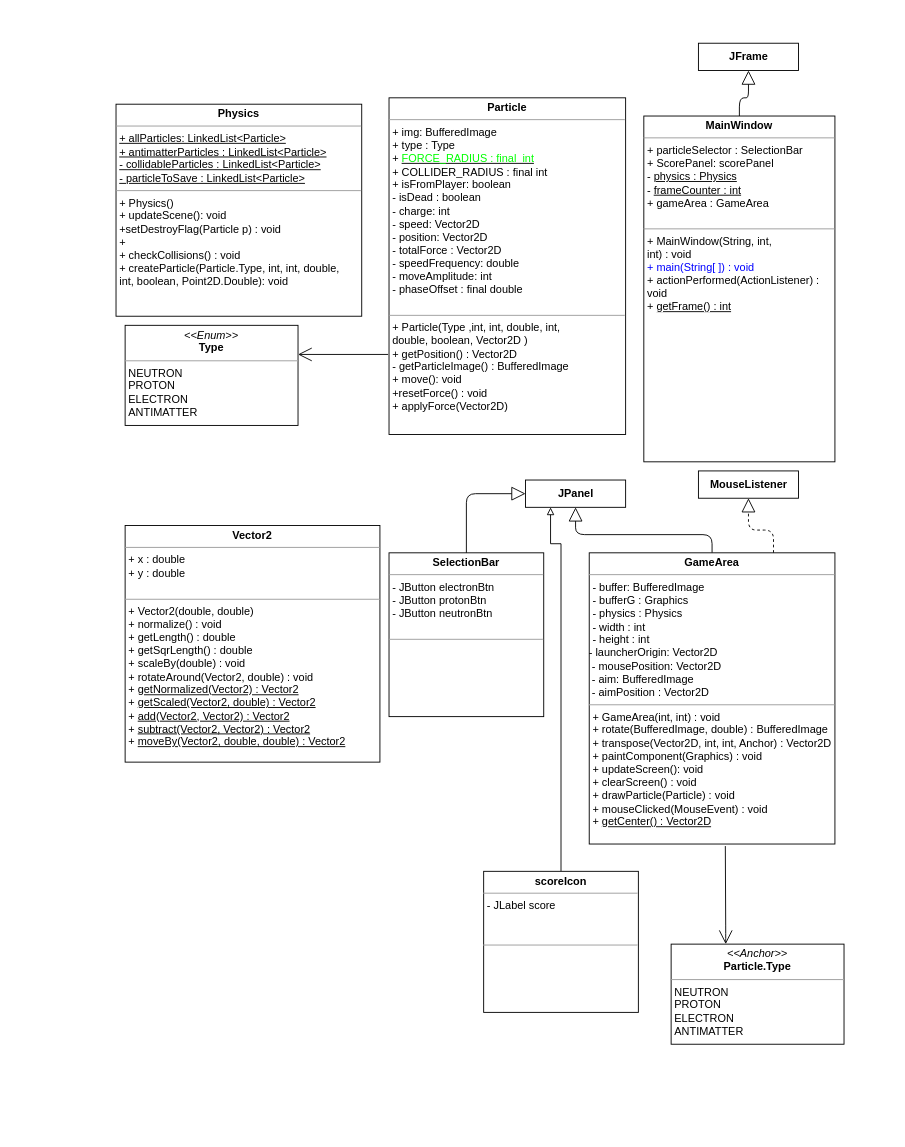
This is DiagrammeUML.drawio from Iman974/Algo_Proj2A, a draw.io file, before an edit. Source tidied: cells renumbered, new cells numbered last; positions are measured from the earlier drawing's top-left corner, leaving out a move shared by most shapes. Both pictures are drawn from the tidied source at 91%, with x=0, y=0 at pixel (116, 43).
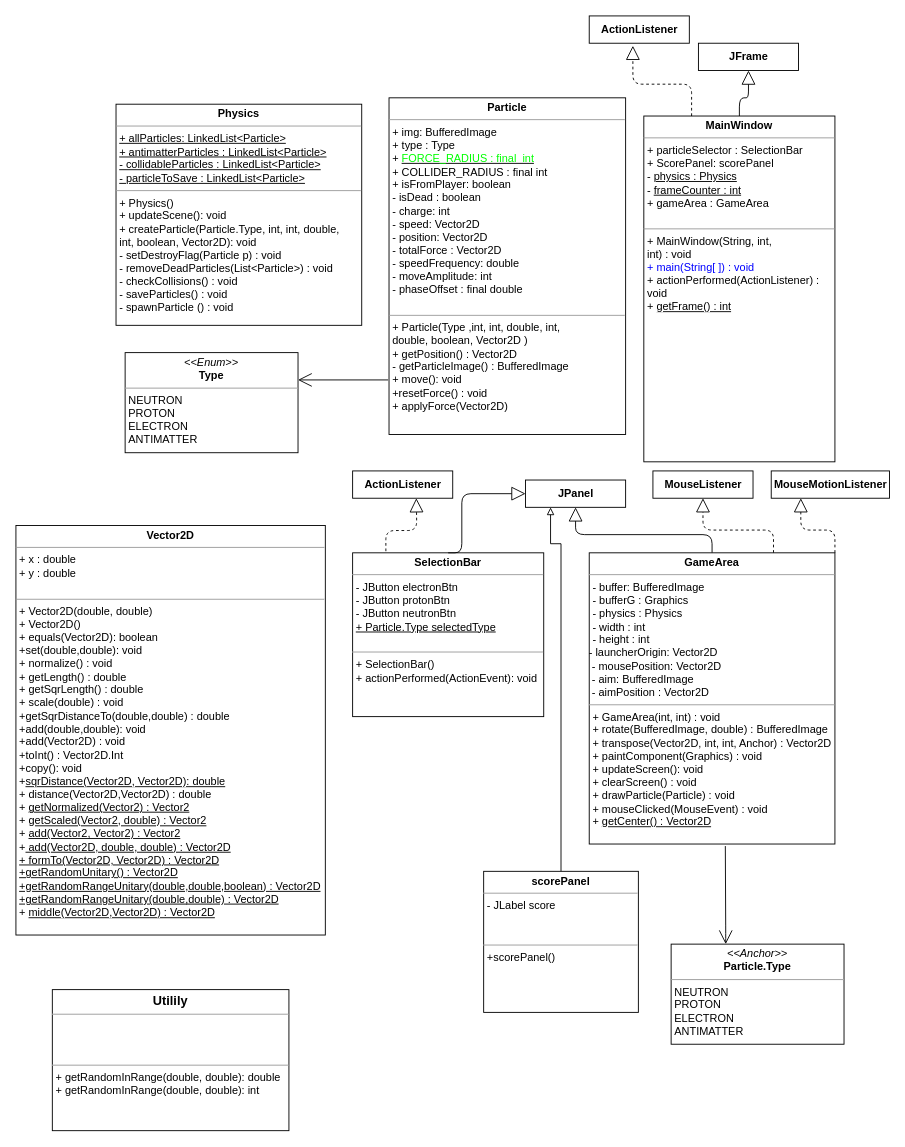
The same page after the edit.

Unchanged cells that the change refers to:
```xml
<mxCell id="5" value="&lt;p style=&quot;margin: 0px ; margin-top: 4px ; text-align: center&quot;&gt;&lt;b&gt;MainWindow&lt;/b&gt;&lt;/p&gt;&lt;hr size=&quot;1&quot;&gt;&lt;p style=&quot;margin: 0px ; margin-left: 4px&quot;&gt;+ particleSelector : SelectionBar&lt;/p&gt;&lt;p style=&quot;margin: 0px ; margin-left: 4px&quot;&gt;+ ScorePanel: scorePanel&amp;nbsp;&lt;/p&gt;&lt;p style=&quot;margin: 0px ; margin-left: 4px&quot;&gt;- &lt;u&gt;physics : Physics&lt;/u&gt;&lt;/p&gt;&lt;p style=&quot;margin: 0px ; margin-left: 4px&quot;&gt;- &lt;u&gt;frameCounter : int&lt;/u&gt;&lt;/p&gt;&lt;p style=&quot;margin: 0px ; margin-left: 4px&quot;&gt;+ gameArea : GameArea&lt;/p&gt;&lt;p style=&quot;margin: 0px ; margin-left: 4px&quot;&gt;&lt;br&gt;&lt;/p&gt;&lt;hr size=&quot;1&quot;&gt;&lt;p style=&quot;margin: 0px ; margin-left: 4px&quot;&gt;+ MainWindow(String, int,&lt;/p&gt;&lt;p style=&quot;margin: 0px ; margin-left: 4px&quot;&gt;int) : void&lt;/p&gt;&lt;p style=&quot;margin: 0px ; margin-left: 4px&quot;&gt;&lt;font color=&quot;#0000ff&quot;&gt;+ main(String[ ]) : void&lt;/font&gt;&lt;/p&gt;&lt;p style=&quot;margin: 0px ; margin-left: 4px&quot;&gt;+ actionPerformed(ActionListener) :&lt;br&gt;void&lt;/p&gt;&lt;p style=&quot;margin: 0px ; margin-left: 4px&quot;&gt;+ &lt;u&gt;getFrame() : int&lt;/u&gt;&lt;/p&gt;" style="verticalAlign=top;align=left;overflow=fill;fontSize=12;fontFamily=Helvetica;html=1;rounded=0;shadow=0;comic=0;labelBackgroundColor=none;strokeWidth=1;labelBorderColor=none;perimeterSpacing=0;glass=0;sketch=0;" parent="1" vertex="1">
  <mxGeometry x="580" y="80" width="210" height="380" as="geometry" />
</mxCell>
<mxCell id="12" value="&lt;b&gt;JPanel&lt;br&gt;&lt;/b&gt;" style="html=1;" parent="1" vertex="1">
  <mxGeometry x="450" y="480" width="110" height="30" as="geometry" />
</mxCell>
<mxCell id="13" value="&lt;p style=&quot;margin: 0px ; margin-top: 4px ; text-align: center&quot;&gt;&lt;span style=&quot;font-weight: 700&quot;&gt;GameArea&lt;/span&gt;&lt;br&gt;&lt;/p&gt;&lt;hr size=&quot;1&quot;&gt;&lt;p style=&quot;margin: 0px ; margin-left: 4px&quot;&gt;- buffer: BufferedImage&lt;br style=&quot;padding: 0px ; margin: 0px&quot;&gt;- bufferG : Graphics&lt;br style=&quot;padding: 0px ; margin: 0px&quot;&gt;- physics : Physics&lt;br style=&quot;padding: 0px ; margin: 0px&quot;&gt;- width : int&lt;br style=&quot;padding: 0px ; margin: 0px&quot;&gt;- height : int&lt;/p&gt;&lt;div style=&quot;padding: 0px ; margin: 0px&quot;&gt;&lt;div style=&quot;padding: 0px ; margin: 0px&quot;&gt;- launcherOrigin:&amp;nbsp;&lt;span&gt;Vector2D&lt;/span&gt;&lt;/div&gt;&lt;div style=&quot;padding: 0px ; margin: 0px&quot;&gt;&amp;nbsp;- mousePosition:&amp;nbsp;&lt;span&gt;Vector2D&lt;/span&gt;&lt;/div&gt;&lt;div style=&quot;padding: 0px ; margin: 0px&quot;&gt;&amp;nbsp;- aim:&amp;nbsp;&lt;span&gt;BufferedImage&lt;/span&gt;&lt;/div&gt;&lt;div style=&quot;padding: 0px ; margin: 0px&quot;&gt;&amp;nbsp;- aimPosition :&amp;nbsp;&lt;span&gt;Vector2D&lt;/span&gt;&lt;/div&gt;&lt;/div&gt;&lt;hr size=&quot;1&quot;&gt;&lt;p style=&quot;margin: 0px ; margin-left: 4px&quot;&gt;+ GameArea(int, int) : void&lt;/p&gt;&lt;p style=&quot;margin: 0px ; margin-left: 4px&quot;&gt;+ rotate(BufferedImage, double) : BufferedImage&lt;/p&gt;&lt;p style=&quot;margin: 0px ; margin-left: 4px&quot;&gt;+ transpose(Vector2D, int, int, Anchor) : Vector2D&lt;br style=&quot;padding: 0px ; margin: 0px&quot;&gt;+ paintComponent(Graphics) : void&lt;br style=&quot;padding: 0px ; margin: 0px&quot;&gt;+ updateScreen(): void&lt;br style=&quot;padding: 0px ; margin: 0px&quot;&gt;+ clearScreen() : void&lt;br style=&quot;padding: 0px ; margin: 0px&quot;&gt;+ drawParticle(Particle) : void&lt;br style=&quot;padding: 0px ; margin: 0px&quot;&gt;+ mouseClicked(MouseEvent) : void&lt;br&gt;&lt;/p&gt;&lt;p style=&quot;margin: 0px ; margin-left: 4px&quot;&gt;+ &lt;u&gt;getCenter() : Vector2D&lt;/u&gt;&lt;/p&gt;&lt;p style=&quot;margin: 0px ; margin-left: 4px&quot;&gt;&lt;br&gt;&lt;/p&gt;" style="verticalAlign=top;align=left;overflow=fill;fontSize=12;fontFamily=Helvetica;html=1;rounded=0;shadow=0;comic=0;labelBackgroundColor=none;strokeWidth=1;" parent="1" vertex="1">
  <mxGeometry x="520" y="560" width="270" height="320" as="geometry" />
</mxCell>
```

Diff of the diagram source:
```diff
@@
-    <mxCell id="2" value="&lt;p style=&quot;margin: 0px ; margin-top: 4px ; text-align: center&quot;&gt;&lt;b&gt;Physics&lt;/b&gt;&lt;/p&gt;&lt;hr size=&quot;1&quot;&gt;&lt;p style=&quot;margin: 0px ; margin-left: 4px&quot;&gt;&lt;u&gt;+ allParticles: LinkedList&amp;lt;Particle&amp;gt;&lt;/u&gt;&lt;/p&gt;&lt;p style=&quot;margin: 0px ; margin-left: 4px&quot;&gt;&lt;u&gt;+ antimatterParticles : LinkedList&amp;lt;Particle&amp;gt;&lt;/u&gt;&lt;/p&gt;&lt;p style=&quot;margin: 0px ; margin-left: 4px&quot;&gt;&lt;u&gt;- collidableParticles : LinkedList&amp;lt;Particle&amp;gt;&lt;/u&gt;&lt;br&gt;&lt;/p&gt;&lt;p style=&quot;margin: 0px ; margin-left: 4px&quot;&gt;&lt;u&gt;- particleToSave : LinkedList&amp;lt;Particle&amp;gt;&lt;/u&gt;&lt;/p&gt;&lt;hr size=&quot;1&quot;&gt;&lt;p style=&quot;margin: 0px ; margin-left: 4px&quot;&gt;+ Physics()&lt;/p&gt;&lt;p style=&quot;margin: 0px ; margin-left: 4px&quot;&gt;+ updateScene(): void&lt;/p&gt;&lt;p style=&quot;margin: 0px ; margin-left: 4px&quot;&gt;+setDestroyFlag(Particle p) : void&lt;/p&gt;&lt;p style=&quot;margin: 0px ; margin-left: 4px&quot;&gt;+&amp;nbsp;&lt;br&gt;+ checkCollisions() : void&lt;/p&gt;&lt;p style=&quot;margin: 0px ; margin-left: 4px&quot;&gt;&lt;span&gt;+ createParticle(Particle.Type, int, int, double,&lt;/span&gt;&lt;/p&gt;&lt;p style=&quot;margin: 0px ; margin-left: 4px&quot;&gt;&lt;span&gt;int, boolean, Point2D.Double): void&lt;/span&gt;&lt;/p&gt;" style="verticalAlign=top;align=left;overflow=fill;fontSize=12;fontFamily=Helvetica;html=1;rounded=0;shadow=0;comic=0;labelBackgroundColor=none;strokeWidth=1;" parent="1" vertex="1">
-      <mxGeometry y="67" width="270" height="233" as="geometry" />
+    <mxCell id="2" value="&lt;p style=&quot;margin: 0px ; margin-top: 4px ; text-align: center&quot;&gt;&lt;b&gt;Physics&lt;/b&gt;&lt;/p&gt;&lt;hr size=&quot;1&quot;&gt;&lt;p style=&quot;margin: 0px ; margin-left: 4px&quot;&gt;&lt;u&gt;+ allParticles: LinkedList&amp;lt;Particle&amp;gt;&lt;/u&gt;&lt;/p&gt;&lt;p style=&quot;margin: 0px ; margin-left: 4px&quot;&gt;&lt;u&gt;+ antimatterParticles : LinkedList&amp;lt;Particle&amp;gt;&lt;/u&gt;&lt;/p&gt;&lt;p style=&quot;margin: 0px ; margin-left: 4px&quot;&gt;&lt;u&gt;- collidableParticles : LinkedList&amp;lt;Particle&amp;gt;&lt;/u&gt;&lt;br&gt;&lt;/p&gt;&lt;p style=&quot;margin: 0px ; margin-left: 4px&quot;&gt;&lt;u&gt;- particleToSave : LinkedList&amp;lt;Particle&amp;gt;&lt;/u&gt;&lt;/p&gt;&lt;hr size=&quot;1&quot;&gt;&lt;p style=&quot;margin: 0px ; margin-left: 4px&quot;&gt;+ Physics()&lt;/p&gt;&lt;p style=&quot;margin: 0px ; margin-left: 4px&quot;&gt;+ updateScene(): void&lt;/p&gt;&lt;p style=&quot;margin: 0px 0px 0px 4px&quot;&gt;+ createParticle(Particle.Type, int, int, double,&lt;/p&gt;&lt;p style=&quot;margin: 0px 0px 0px 4px&quot;&gt;int, boolean, Vector2D): void&lt;/p&gt;&lt;p style=&quot;margin: 0px ; margin-left: 4px&quot;&gt;- setDestroyFlag(Particle p) : void&lt;/p&gt;&lt;p style=&quot;margin: 0px ; margin-left: 4px&quot;&gt;- removeDeadParticles(List&amp;lt;Particle&amp;gt;) : void&lt;br&gt;- checkCollisions() : void&lt;/p&gt;&lt;p style=&quot;margin: 0px ; margin-left: 4px&quot;&gt;&lt;span&gt;- saveParticles() : void&lt;/span&gt;&lt;/p&gt;&lt;p style=&quot;margin: 0px ; margin-left: 4px&quot;&gt;&lt;span&gt;- spawnParticle () : void&lt;/span&gt;&lt;/p&gt;" style="verticalAlign=top;align=left;overflow=fill;fontSize=12;fontFamily=Helvetica;html=1;rounded=0;shadow=0;comic=0;labelBackgroundColor=none;strokeWidth=1;" parent="1" vertex="1">
+      <mxGeometry y="67" width="270" height="243" as="geometry" />
     </mxCell>
@@
     <mxCell id="6" value="&lt;p style=&quot;margin: 0px ; margin-top: 4px ; text-align: center&quot;&gt;&lt;i&gt;&amp;lt;&amp;lt;Enum&amp;gt;&amp;gt;&lt;/i&gt;&lt;br&gt;&lt;b&gt;Type&lt;/b&gt;&lt;/p&gt;&lt;hr size=&quot;1&quot;&gt;&lt;p style=&quot;margin: 0px ; margin-left: 4px&quot;&gt;NEUTRON&lt;/p&gt;&lt;p style=&quot;margin: 0px ; margin-left: 4px&quot;&gt;PROTON&lt;br&gt;ELECTRON&lt;/p&gt;&lt;p style=&quot;margin: 0px ; margin-left: 4px&quot;&gt;ANTIMATTER&lt;/p&gt;" style="verticalAlign=top;align=left;overflow=fill;fontSize=12;fontFamily=Helvetica;html=1;fillColor=#FFFFFF;noLabel=0;enumerate=0;" parent="1" vertex="1">
-      <mxGeometry x="10" y="310" width="190" height="110" as="geometry" />
+      <mxGeometry x="10" y="340" width="190" height="110" as="geometry" />
     </mxCell>
     <mxCell id="7" style="edgeStyle=orthogonalEdgeStyle;rounded=1;jettySize=auto;html=1;endSize=0;endArrow=none;endFill=0;startArrow=open;startFill=0;targetPerimeterSpacing=0;startSize=13;orthogonal=1;" parent="1" edge="1" source="6">
       <mxGeometry relative="1" as="geometry">
-        <mxPoint x="299" y="342" as="targetPoint" />
+        <mxPoint x="299" y="370" as="targetPoint" />
         <Array as="points">
-          <mxPoint x="299" y="342" />
+          <mxPoint x="299" y="370" />
         </Array>
       </mxGeometry>
     </mxCell>
@@
     <mxCell id="11" value="&lt;b&gt;MouseListener&lt;/b&gt;" style="html=1;" parent="1" vertex="1">
-      <mxGeometry x="640" y="470" width="110" height="30" as="geometry" />
+      <mxGeometry x="590" y="470" width="110" height="30" as="geometry" />
     </mxCell>
@@
-    <mxCell id="14" value="&lt;p style=&quot;margin: 0px ; margin-top: 4px ; text-align: center&quot;&gt;&lt;span style=&quot;font-weight: 700&quot;&gt;SelectionBar&lt;/span&gt;&lt;br&gt;&lt;/p&gt;&lt;hr size=&quot;1&quot;&gt;&lt;p style=&quot;margin: 0px ; margin-left: 4px&quot;&gt;- JButton electronBtn&lt;/p&gt;&lt;p style=&quot;margin: 0px ; margin-left: 4px&quot;&gt;- JButton protonBtn&lt;/p&gt;&lt;p style=&quot;margin: 0px ; margin-left: 4px&quot;&gt;- JButton neutronBtn&lt;/p&gt;&lt;div style=&quot;padding: 0px ; margin: 0px&quot;&gt;&lt;br style=&quot;padding: 0px ; margin: 0px&quot;&gt;&lt;/div&gt;&lt;hr size=&quot;1&quot;&gt;&lt;p style=&quot;margin: 0px ; margin-left: 4px&quot;&gt;&lt;br&gt;&lt;/p&gt;" style="verticalAlign=top;align=left;overflow=fill;fontSize=12;fontFamily=Helvetica;html=1;rounded=0;shadow=0;comic=0;labelBackgroundColor=none;strokeWidth=1;" parent="1" vertex="1">
-      <mxGeometry x="300" y="560" width="170" height="180" as="geometry" />
+    <mxCell id="14" value="&lt;p style=&quot;margin: 0px ; margin-top: 4px ; text-align: center&quot;&gt;&lt;span style=&quot;font-weight: 700&quot;&gt;SelectionBar&lt;/span&gt;&lt;br&gt;&lt;/p&gt;&lt;hr size=&quot;1&quot;&gt;&lt;p style=&quot;margin: 0px ; margin-left: 4px&quot;&gt;- JButton electronBtn&lt;/p&gt;&lt;p style=&quot;margin: 0px ; margin-left: 4px&quot;&gt;- JButton protonBtn&lt;/p&gt;&lt;p style=&quot;margin: 0px ; margin-left: 4px&quot;&gt;- JButton neutronBtn&lt;/p&gt;&lt;p style=&quot;margin: 0px ; margin-left: 4px&quot;&gt;&lt;span&gt;&lt;u&gt;+ Particle.Type selectedType&lt;/u&gt;&lt;/span&gt;&lt;/p&gt;&lt;div style=&quot;padding: 0px ; margin: 0px&quot;&gt;&lt;br style=&quot;padding: 0px ; margin: 0px&quot;&gt;&lt;/div&gt;&lt;hr size=&quot;1&quot;&gt;&lt;p style=&quot;margin: 0px ; margin-left: 4px&quot;&gt;+ SelectionBar()&lt;/p&gt;&lt;p style=&quot;margin: 0px ; margin-left: 4px&quot;&gt;+ actionPerformed(ActionEvent): void&lt;/p&gt;" style="verticalAlign=top;align=left;overflow=fill;fontSize=12;fontFamily=Helvetica;html=1;rounded=0;shadow=0;comic=0;labelBackgroundColor=none;strokeWidth=1;" parent="1" vertex="1">
+      <mxGeometry x="260" y="560" width="210" height="180" as="geometry" />
     </mxCell>
     <mxCell id="15" style="edgeStyle=orthogonalEdgeStyle;rounded=1;jettySize=auto;html=1;exitX=0.5;exitY=0;exitDx=0;exitDy=0;endArrow=block;endFill=0;endSize=13;strokeWidth=1;entryX=0;entryY=0.5;entryDx=0;entryDy=0;" parent="1" edge="1" source="14" target="12">
-      <mxGeometry relative="1" as="geometry" />
+      <mxGeometry relative="1" as="geometry">
+        <Array as="points">
+          <mxPoint x="380" y="560" />
+          <mxPoint x="380" y="495" />
+        </Array>
+      </mxGeometry>
     </mxCell>
-    <mxCell id="16" value="&lt;p style=&quot;margin: 0px ; margin-top: 4px ; text-align: center&quot;&gt;&lt;span style=&quot;font-weight: 700&quot;&gt;Vector2&lt;/span&gt;&lt;br&gt;&lt;/p&gt;&lt;hr size=&quot;1&quot;&gt;&lt;p style=&quot;margin: 0px ; margin-left: 4px&quot;&gt;+ x : double&lt;/p&gt;&lt;p style=&quot;margin: 0px ; margin-left: 4px&quot;&gt;+ y : double&lt;/p&gt;&lt;div style=&quot;padding: 0px ; margin: 0px&quot;&gt;&lt;br style=&quot;padding: 0px ; margin: 0px&quot;&gt;&lt;/div&gt;&lt;hr size=&quot;1&quot;&gt;&lt;p style=&quot;margin: 0px ; margin-left: 4px&quot;&gt;+ Vector2(double, double)&lt;/p&gt;&lt;p style=&quot;margin: 0px ; margin-left: 4px&quot;&gt;+ normalize() : void&lt;/p&gt;&lt;p style=&quot;margin: 0px ; margin-left: 4px&quot;&gt;+ getLength() : double&lt;/p&gt;&lt;p style=&quot;margin: 0px ; margin-left: 4px&quot;&gt;+ getSqrLength() : double&lt;/p&gt;&lt;p style=&quot;margin: 0px ; margin-left: 4px&quot;&gt;+ scaleBy(double) : void&lt;/p&gt;&lt;p style=&quot;margin: 0px ; margin-left: 4px&quot;&gt;+ rotateAround(Vector2, double) : void&lt;/p&gt;&lt;p style=&quot;margin: 0px ; margin-left: 4px&quot;&gt;+ &lt;u&gt;getNormalized(Vector2) : Vector2&lt;/u&gt;&lt;/p&gt;&lt;p style=&quot;margin: 0px ; margin-left: 4px&quot;&gt;+ &lt;u&gt;getScaled(Vector2, double) : Vector2&lt;/u&gt;&lt;/p&gt;&lt;p style=&quot;margin: 0px ; margin-left: 4px&quot;&gt;+&amp;nbsp;&lt;u&gt;add(Vector2, Vector2) : Vector2&lt;/u&gt;&lt;u&gt;&lt;br&gt;&lt;/u&gt;&lt;/p&gt;&lt;p style=&quot;margin: 0px ; margin-left: 4px&quot;&gt;+&amp;nbsp;&lt;u&gt;subtract(Vector2, Vector2) : Vector2&lt;/u&gt;&lt;u&gt;&lt;br&gt;&lt;/u&gt;&lt;/p&gt;&lt;p style=&quot;margin: 0px ; margin-left: 4px&quot;&gt;+&amp;nbsp;&lt;u&gt;moveBy(Vector2, double, double) : Vector2&lt;/u&gt;&lt;br&gt;&lt;/p&gt;" style="verticalAlign=top;align=left;overflow=fill;fontSize=12;fontFamily=Helvetica;html=1;rounded=0;shadow=0;comic=0;labelBackgroundColor=none;strokeWidth=1;" parent="1" vertex="1">
-      <mxGeometry x="10" y="530" width="280" height="260" as="geometry" />
+    <mxCell id="16" value="&lt;p style=&quot;margin: 0px ; margin-top: 4px ; text-align: center&quot;&gt;&lt;span style=&quot;font-weight: 700&quot;&gt;Vector2D&lt;/span&gt;&lt;br&gt;&lt;/p&gt;&lt;hr size=&quot;1&quot;&gt;&lt;p style=&quot;margin: 0px ; margin-left: 4px&quot;&gt;+ x : double&lt;/p&gt;&lt;p style=&quot;margin: 0px ; margin-left: 4px&quot;&gt;+ y : double&lt;/p&gt;&lt;div style=&quot;padding: 0px ; margin: 0px&quot;&gt;&lt;br style=&quot;padding: 0px ; margin: 0px&quot;&gt;&lt;/div&gt;&lt;hr size=&quot;1&quot;&gt;&lt;p style=&quot;margin: 0px ; margin-left: 4px&quot;&gt;+ Vector2D(double, double)&lt;/p&gt;&lt;p style=&quot;margin: 0px ; margin-left: 4px&quot;&gt;+ Vector2D()&lt;br&gt;&lt;/p&gt;&lt;p style=&quot;margin: 0px ; margin-left: 4px&quot;&gt;+ equals(Vector2D): boolean&lt;/p&gt;&lt;p style=&quot;margin: 0px ; margin-left: 4px&quot;&gt;+set(double,double): void&lt;/p&gt;&lt;p style=&quot;margin: 0px ; margin-left: 4px&quot;&gt;+ normalize() : void&lt;/p&gt;&lt;p style=&quot;margin: 0px ; margin-left: 4px&quot;&gt;+ getLength() : double&lt;/p&gt;&lt;p style=&quot;margin: 0px ; margin-left: 4px&quot;&gt;+ getSqrLength() : double&lt;/p&gt;&lt;p style=&quot;margin: 0px ; margin-left: 4px&quot;&gt;+ scale(double) : void&lt;/p&gt;&lt;p style=&quot;margin: 0px ; margin-left: 4px&quot;&gt;+getSqrDistanceTo(double,double) : double&amp;nbsp;&lt;/p&gt;&lt;p style=&quot;margin: 0px ; margin-left: 4px&quot;&gt;+add(double,double): void&lt;/p&gt;&lt;p style=&quot;margin: 0px ; margin-left: 4px&quot;&gt;+add(Vector2D) : void&lt;/p&gt;&lt;p style=&quot;margin: 0px ; margin-left: 4px&quot;&gt;+toInt() : Vector2D.Int&lt;/p&gt;&lt;p style=&quot;margin: 0px ; margin-left: 4px&quot;&gt;+copy(): void&lt;/p&gt;&lt;p style=&quot;margin: 0px ; margin-left: 4px&quot;&gt;+&lt;u&gt;sqrDistance(Vector2D, Vector2D): double&lt;/u&gt;&lt;/p&gt;&lt;p style=&quot;margin: 0px ; margin-left: 4px&quot;&gt;+ distance(Vector2D,Vector2D) : double&lt;/p&gt;&lt;p style=&quot;margin: 0px ; margin-left: 4px&quot;&gt;+ &lt;u&gt;getNormalized(Vector2) : Vector2&lt;/u&gt;&lt;/p&gt;&lt;p style=&quot;margin: 0px ; margin-left: 4px&quot;&gt;+ &lt;u&gt;getScaled(Vector2, double) : Vector2&lt;/u&gt;&lt;/p&gt;&lt;p style=&quot;margin: 0px ; margin-left: 4px&quot;&gt;+&amp;nbsp;&lt;u&gt;add(Vector2, Vector2) : Vector2&lt;/u&gt;&lt;u&gt;&lt;br&gt;&lt;/u&gt;&lt;/p&gt;&lt;p style=&quot;margin: 0px ; margin-left: 4px&quot;&gt;+&lt;u&gt; add(Vector2D, double, double) : Vector2D&lt;/u&gt;&lt;/p&gt;&lt;p style=&quot;margin: 0px ; margin-left: 4px&quot;&gt;&lt;u&gt;+ formTo(Vector2D, Vector2D) : Vector2D&lt;/u&gt;&lt;/p&gt;&lt;p style=&quot;margin: 0px ; margin-left: 4px&quot;&gt;&lt;u&gt;+getRandomUnitary() : Vector2D&lt;/u&gt;&lt;/p&gt;&lt;p style=&quot;margin: 0px ; margin-left: 4px&quot;&gt;&lt;u&gt;+getRandomRangeUnitary(double,double,boolean) : Vector2D&lt;/u&gt;&lt;u&gt;&lt;br&gt;&lt;/u&gt;&lt;/p&gt;&lt;p style=&quot;margin: 0px ; margin-left: 4px&quot;&gt;&lt;u&gt;+getRandomRangeUnitary(double,double) : Vector2D&lt;/u&gt;&lt;u&gt;&lt;br&gt;&lt;/u&gt;&lt;/p&gt;&lt;p style=&quot;margin: 0px ; margin-left: 4px&quot;&gt;+ &lt;u&gt;middle(Vector2D,Vector2D) : Vector2D&lt;/u&gt;&lt;/p&gt;" style="verticalAlign=top;align=left;overflow=fill;fontSize=12;fontFamily=Helvetica;html=1;rounded=0;shadow=0;comic=0;labelBackgroundColor=none;strokeWidth=1;" parent="1" vertex="1">
+      <mxGeometry x="-110" y="530" width="340" height="450" as="geometry" />
     </mxCell>
@@
-    <mxCell id="18" value="&lt;p style=&quot;margin: 0px ; margin-top: 4px ; text-align: center&quot;&gt;&lt;b&gt;scoreIcon&lt;/b&gt;&lt;/p&gt;&lt;hr size=&quot;1&quot;&gt;&lt;p style=&quot;margin: 0px ; margin-left: 4px&quot;&gt;- JLabel score&lt;/p&gt;&lt;p style=&quot;margin: 0px ; margin-left: 4px&quot;&gt;&lt;br&gt;&lt;/p&gt;&lt;div style=&quot;padding: 0px ; margin: 0px&quot;&gt;&lt;br style=&quot;padding: 0px ; margin: 0px&quot;&gt;&lt;/div&gt;&lt;hr size=&quot;1&quot;&gt;&lt;p style=&quot;margin: 0px ; margin-left: 4px&quot;&gt;&lt;br&gt;&lt;/p&gt;" style="verticalAlign=top;align=left;overflow=fill;fontSize=12;fontFamily=Helvetica;html=1;rounded=0;shadow=0;comic=0;labelBackgroundColor=none;strokeWidth=1;" parent="1" vertex="1">
+    <mxCell id="18" value="&lt;p style=&quot;margin: 0px ; margin-top: 4px ; text-align: center&quot;&gt;&lt;b&gt;scorePanel&lt;/b&gt;&lt;/p&gt;&lt;hr size=&quot;1&quot;&gt;&lt;p style=&quot;margin: 0px ; margin-left: 4px&quot;&gt;- JLabel score&lt;/p&gt;&lt;p style=&quot;margin: 0px ; margin-left: 4px&quot;&gt;&lt;br&gt;&lt;/p&gt;&lt;div style=&quot;padding: 0px ; margin: 0px&quot;&gt;&lt;br style=&quot;padding: 0px ; margin: 0px&quot;&gt;&lt;/div&gt;&lt;hr size=&quot;1&quot;&gt;&lt;p style=&quot;margin: 0px ; margin-left: 4px&quot;&gt;+scorePanel()&lt;/p&gt;" style="verticalAlign=top;align=left;overflow=fill;fontSize=12;fontFamily=Helvetica;html=1;rounded=0;shadow=0;comic=0;labelBackgroundColor=none;strokeWidth=1;" parent="1" vertex="1">
       <mxGeometry x="404" y="910" width="170" height="155" as="geometry" />
     </mxCell>
@@
+    <mxCell id="21" style="edgeStyle=orthogonalEdgeStyle;rounded=1;jettySize=auto;html=1;exitX=0.174;exitY=-0.01;exitDx=0;exitDy=0;endArrow=block;endFill=0;endSize=13;strokeWidth=1;dashed=1;exitPerimeter=0;" parent="1" edge="1" source="14">
+      <mxGeometry relative="1" as="geometry">
+        <mxPoint x="330" y="500" as="targetPoint" />
+      </mxGeometry>
+    </mxCell>
+    <mxCell id="22" value="&lt;b&gt;ActionListener&lt;/b&gt;" style="html=1;" parent="1" vertex="1">
+      <mxGeometry x="260" y="470" width="110" height="30" as="geometry" />
+    </mxCell>
+    <mxCell id="23" value="&lt;b&gt;MouseMotionListener&lt;/b&gt;" style="html=1;" parent="1" vertex="1">
+      <mxGeometry x="720" y="470" width="130" height="30" as="geometry" />
+    </mxCell>
+    <mxCell id="24" style="edgeStyle=orthogonalEdgeStyle;rounded=1;jettySize=auto;html=1;exitX=1;exitY=0;exitDx=0;exitDy=0;entryX=0.25;entryY=1;entryDx=0;entryDy=0;endArrow=block;endFill=0;endSize=13;strokeWidth=1;dashed=1;" parent="1" edge="1" source="13" target="23">
+      <mxGeometry relative="1" as="geometry" />
+    </mxCell>
+    <mxCell id="25" style="edgeStyle=orthogonalEdgeStyle;rounded=1;jettySize=auto;html=1;entryX=0.436;entryY=1.093;entryDx=0;entryDy=0;endArrow=block;endFill=0;endSize=13;strokeWidth=1;dashed=1;exitX=0.25;exitY=0;exitDx=0;exitDy=0;entryPerimeter=0;" parent="1" edge="1" source="5" target="26">
+      <mxGeometry relative="1" as="geometry" />
+    </mxCell>
+    <mxCell id="26" value="&lt;b&gt;ActionListener&lt;/b&gt;" style="html=1;" parent="1" vertex="1">
+      <mxGeometry x="520" y="-30" width="110" height="30" as="geometry" />
+    </mxCell>
+    <mxCell id="27" value="&lt;p style=&quot;margin: 0px ; margin-top: 4px ; text-align: center&quot;&gt;&lt;span&gt; &lt;/span&gt;&lt;b&gt;&lt;font style=&quot;font-size: 14px&quot;&gt;Utilily&lt;/font&gt;&lt;/b&gt;&lt;br&gt;&lt;/p&gt;&lt;hr size=&quot;1&quot;&gt;&lt;p style=&quot;margin: 0px ; margin-left: 4px&quot;&gt;&lt;br&gt;&lt;/p&gt;&lt;p style=&quot;margin: 0px ; margin-left: 4px&quot;&gt;&lt;br&gt;&lt;/p&gt;&lt;div style=&quot;padding: 0px ; margin: 0px&quot;&gt;&lt;br style=&quot;padding: 0px ; margin: 0px&quot;&gt;&lt;/div&gt;&lt;hr size=&quot;1&quot;&gt;&lt;p style=&quot;margin: 0px ; margin-left: 4px&quot;&gt;+ getRandomInRange(double, double): double&lt;/p&gt;&lt;p style=&quot;margin: 0px ; margin-left: 4px&quot;&gt;+ getRandomInRange(double, double): int&lt;br&gt;&lt;/p&gt;" style="verticalAlign=top;align=left;overflow=fill;fontSize=12;fontFamily=Helvetica;html=1;rounded=0;shadow=0;comic=0;labelBackgroundColor=none;strokeWidth=1;" parent="1" vertex="1">
+      <mxGeometry x="-70" y="1040" width="260" height="155" as="geometry" />
+    </mxCell>
```
